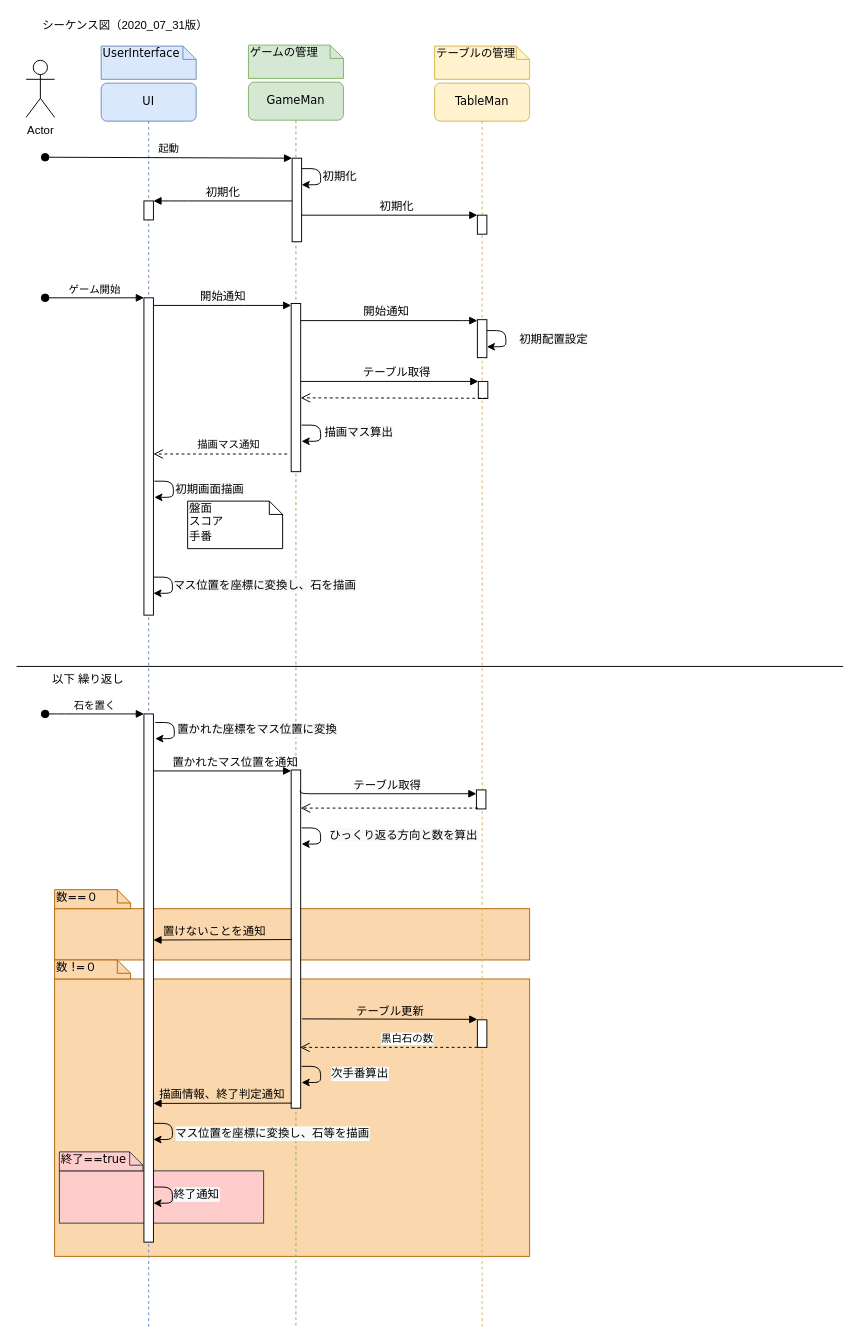
Above: page "2020_07_31" (1 of 2) of Document/シーケンス図.drawio in kouichi-ogura/TeamDevelopment (draw.io), before the change. Source tidied: cells renumbered, new cells numbered last; positions are measured from the earlier drawing's top-left corner, leaving out a move shared by most shapes. Both pictures are drawn from the tidied source at 95%, with x=0, y=0 at pixel (16, 16).
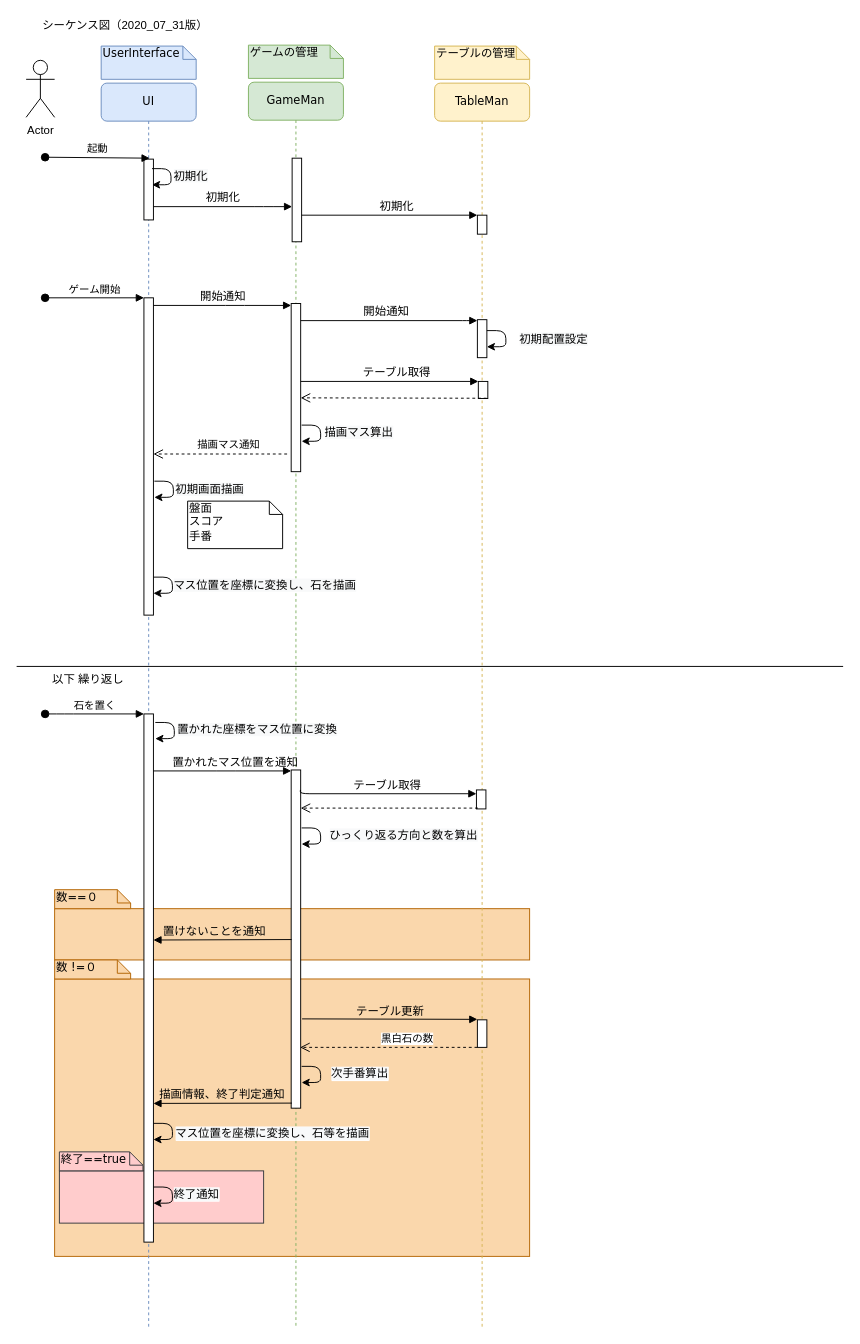
The same page after the edit.

Unchanged cells that the change refers to:
```xml
<mxCell id="8" style="html=1;points=[];perimeter=orthogonalPerimeter;rounded=0;shadow=0;comic=0;labelBackgroundColor=none;strokeWidth=1;fontFamily=Verdana;fontSize=12;align=center;" parent="5" vertex="1">
  <mxGeometry x="46" y="80" width="10" height="88" as="geometry" />
</mxCell>
<mxCell id="14" value="UI" style="shape=umlLifeline;perimeter=lifelinePerimeter;whiteSpace=wrap;html=1;rounded=1;shadow=0;comic=0;labelBackgroundColor=none;strokeWidth=1;fontFamily=Verdana;fontSize=12;align=center;fillColor=#dae8fc;strokeColor=#6c8ebf;" parent="1" vertex="1">
  <mxGeometry x="89" y="70" width="100" height="1310" as="geometry" />
</mxCell>
```

Change to the diagram source:
```diff
@@
     <mxCell id="15" style="html=1;points=[];perimeter=orthogonalPerimeter;rounded=0;shadow=0;comic=0;labelBackgroundColor=none;strokeWidth=1;fontFamily=Verdana;fontSize=12;align=center;" parent="14" vertex="1">
-      <mxGeometry x="45" y="124" width="10" height="20" as="geometry" />
+      <mxGeometry x="45" y="80" width="10" height="64" as="geometry" />
     </mxCell>
@@
-    <mxCell id="22" value="起動" style="html=1;verticalAlign=bottom;startArrow=oval;startFill=1;endArrow=block;startSize=8;" parent="1" edge="1" target="8">
+    <mxCell id="22" value="起動" style="html=1;verticalAlign=bottom;startArrow=oval;startFill=1;endArrow=block;startSize=8;" parent="1" edge="1">
       <mxGeometry relative="1" as="geometry">
         <mxPoint x="30" y="148" as="sourcePoint" />
+        <mxPoint x="140" y="149" as="targetPoint" />
       </mxGeometry>
     </mxCell>
@@
-    <mxCell id="34" value="初期化" style="html=1;verticalAlign=bottom;endArrow=block;labelBackgroundColor=none;fontFamily=Verdana;fontSize=12;edgeStyle=elbowEdgeStyle;elbow=vertical;" parent="1" edge="1" source="8" target="15">
-      <mxGeometry relative="1" as="geometry">
-        <Array as="points">
-          <mxPoint x="170" y="194" />
-          <mxPoint x="270" y="184" />
-          <mxPoint x="230" y="243.8" />
-          <mxPoint x="230" y="253.8" />
-        </Array>
-      </mxGeometry>
-    </mxCell>
@@
     <mxCell id="39" style="edgeStyle=elbowEdgeStyle;elbow=horizontal;endArrow=classic;html=1;" parent="1" edge="1">
       <mxGeometry relative="1" as="geometry">
-        <mxPoint x="300" y="160" as="sourcePoint" />
-        <mxPoint x="300" y="177" as="targetPoint" />
+        <mxPoint x="142.5" y="160" as="sourcePoint" />
+        <mxPoint x="142.5" y="177" as="targetPoint" />
         <Array as="points">
-          <mxPoint x="320" y="177" />
+          <mxPoint x="162.5" y="177" />
         </Array>
       </mxGeometry>
     </mxCell>
@@
+    <mxCell id="34" value="初期化" style="html=1;verticalAlign=bottom;endArrow=block;labelBackgroundColor=none;fontFamily=Verdana;fontSize=12;edgeStyle=elbowEdgeStyle;elbow=vertical;" parent="1" edge="1" source="15" target="8">
+      <mxGeometry relative="1" as="geometry">
+        <Array as="points">
+          <mxPoint x="260" y="200" />
+          <mxPoint x="230" y="253.8" />
+          <mxPoint x="230" y="243.8" />
+          <mxPoint x="270" y="184" />
+          <mxPoint x="170" y="194" />
+        </Array>
+      </mxGeometry>
+    </mxCell>
```
